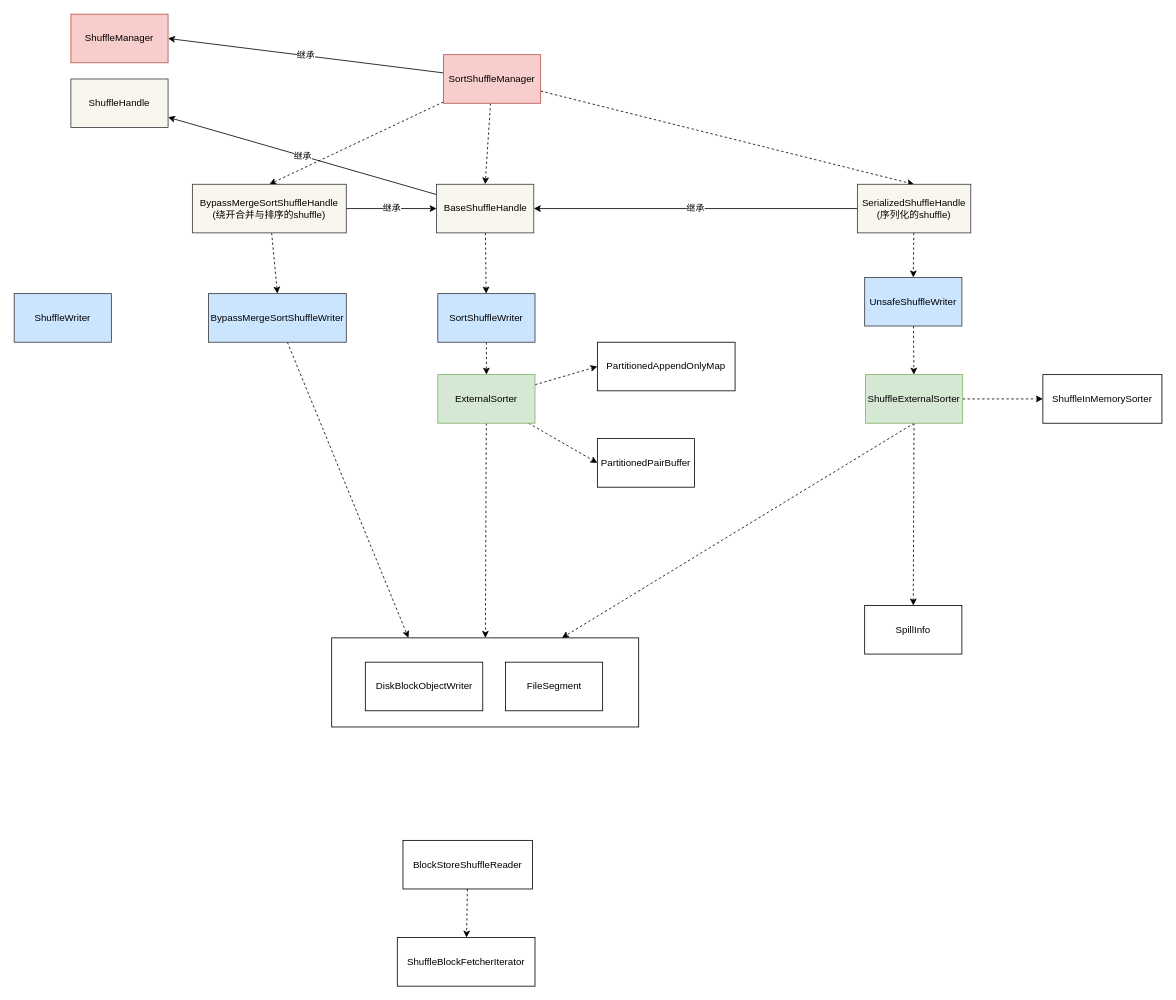
marsno1/notes keeps this draw.io diagram as page "shuffle" (2 of 13) of Spark.drawio. Above is the earlier version. Source tidied: cells renumbered, new cells numbered last; positions are measured from the earlier drawing's top-left corner, leaving out a move shared by most shapes. Both pictures are drawn from the tidied source at 81%, with x=0, y=0 at pixel (14, 14).
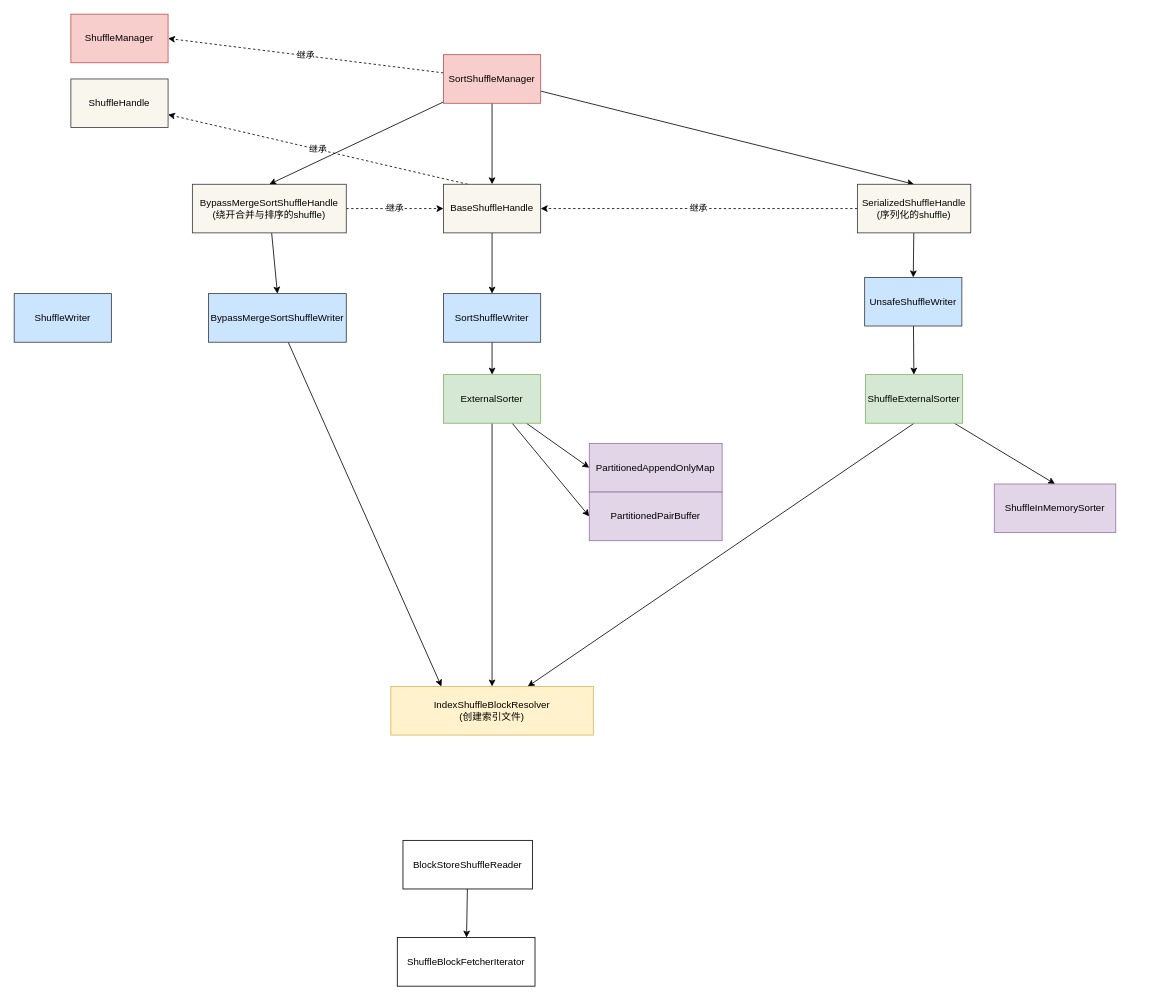
After the change.

The change refers to these unchanged cells:
```xml
<mxCell id="7" value="SortShuffleManager" style="rounded=0;whiteSpace=wrap;html=1;fillColor=#f8cecc;strokeColor=#b85450;" parent="1" vertex="1">
  <mxGeometry x="530" y="50" width="120" height="60" as="geometry" />
</mxCell>
<mxCell id="10" value="BypassMergeSortShuffleHandle&lt;br&gt;(绕开合并与排序的shuffle)" style="rounded=0;whiteSpace=wrap;html=1;fillColor=#f9f7ed;strokeColor=#36393d;" parent="1" vertex="1">
  <mxGeometry x="220" y="210" width="190" height="60" as="geometry" />
</mxCell>
<mxCell id="13" value="SerializedShuffleHandle&lt;br&gt;(序列化的shuffle)" style="rounded=0;whiteSpace=wrap;html=1;fillColor=#f9f7ed;strokeColor=#36393d;" parent="1" vertex="1">
  <mxGeometry x="1041" y="210" width="140" height="60" as="geometry" />
</mxCell>
<mxCell id="18" value="UnsafeShuffleWriter" style="rounded=0;whiteSpace=wrap;html=1;fillColor=#cce5ff;strokeColor=#36393d;" parent="1" vertex="1">
  <mxGeometry x="1050" y="325" width="120" height="60" as="geometry" />
</mxCell>
<mxCell id="20" value="BypassMergeSortShuffleWriter" style="rounded=0;whiteSpace=wrap;html=1;fillColor=#cce5ff;strokeColor=#36393d;" parent="1" vertex="1">
  <mxGeometry x="240" y="345" width="170" height="60" as="geometry" />
</mxCell>
<mxCell id="34" value="ShuffleExternalSorter" style="rounded=0;whiteSpace=wrap;html=1;fillColor=#d5e8d4;strokeColor=#82b366;" parent="1" vertex="1">
  <mxGeometry x="1051" y="445" width="120" height="60" as="geometry" />
</mxCell>
<mxCell id="38" value="BlockStoreShuffleReader" style="rounded=0;whiteSpace=wrap;html=1;" parent="1" vertex="1">
  <mxGeometry x="480" y="1020" width="160" height="60" as="geometry" />
</mxCell>
<mxCell id="39" value="ShuffleBlockFetcherIterator" style="rounded=0;whiteSpace=wrap;html=1;" parent="1" vertex="1">
  <mxGeometry x="473" y="1140" width="170" height="60" as="geometry" />
</mxCell>
<mxCell id="40" value="ShuffleManager" style="rounded=0;whiteSpace=wrap;html=1;strokeColor=#b85450;fontFamily=Helvetica;align=center;fillColor=#f8cecc;" parent="1" vertex="1">
  <mxGeometry x="70" width="120" height="60" as="geometry" />
</mxCell>
<mxCell id="42" value="ShuffleHandle" style="rounded=0;whiteSpace=wrap;html=1;strokeColor=#36393d;fontFamily=Helvetica;align=center;fillColor=#f9f7ed;" parent="1" vertex="1">
  <mxGeometry x="70" y="80" width="120" height="60" as="geometry" />
</mxCell>
```

Change to the diagram source:
```diff
@@
-    <mxCell id="2" style="rounded=0;whiteSpace=wrap;html=1;" parent="1" vertex="1">
-      <mxGeometry x="392" y="770" width="379" height="110" as="geometry" />
-    </mxCell>
-    <mxCell id="3" style="edgeStyle=none;rounded=0;jettySize=auto;html=1;entryX=0.5;entryY=0;entryDx=0;entryDy=0;dashed=1;" parent="1" edge="1" source="7" target="16">
+    <mxCell id="3" style="edgeStyle=none;rounded=0;jettySize=auto;html=1;entryX=0.5;entryY=0;entryDx=0;entryDy=0;" parent="1" edge="1" source="7" target="16">
       <mxGeometry relative="1" as="geometry" />
     </mxCell>
-    <mxCell id="4" style="edgeStyle=none;rounded=0;jettySize=auto;html=1;entryX=0.5;entryY=0;entryDx=0;entryDy=0;dashed=1;" parent="1" edge="1" source="7" target="13">
+    <mxCell id="4" style="edgeStyle=none;rounded=0;jettySize=auto;html=1;entryX=0.5;entryY=0;entryDx=0;entryDy=0;" parent="1" edge="1" source="7" target="13">
       <mxGeometry relative="1" as="geometry" />
     </mxCell>
-    <mxCell id="5" style="edgeStyle=none;rounded=0;jettySize=auto;html=1;entryX=0.5;entryY=0;entryDx=0;entryDy=0;dashed=1;" parent="1" edge="1" source="7" target="10">
+    <mxCell id="5" style="edgeStyle=none;rounded=0;jettySize=auto;html=1;entryX=0.5;entryY=0;entryDx=0;entryDy=0;" parent="1" edge="1" source="7" target="10">
       <mxGeometry relative="1" as="geometry" />
     </mxCell>
-    <mxCell id="6" value="继承" style="edgeStyle=none;rounded=0;jettySize=auto;html=1;entryX=1;entryY=0.5;entryDx=0;entryDy=0;startArrow=none;startFill=0;endArrow=classic;endFill=1;strokeColor=#000000;fontFamily=Helvetica;" parent="1" edge="1" source="7" target="40">
+    <mxCell id="6" value="继承" style="edgeStyle=none;rounded=0;jettySize=auto;html=1;entryX=1;entryY=0.5;entryDx=0;entryDy=0;startArrow=none;startFill=0;endArrow=classic;endFill=1;strokeColor=#000000;fontFamily=Helvetica;dashed=1;" parent="1" edge="1" source="7" target="40">
       <mxGeometry relative="1" as="geometry" />
     </mxCell>
@@
-    <mxCell id="8" style="edgeStyle=none;rounded=0;jettySize=auto;html=1;entryX=0.5;entryY=0;entryDx=0;entryDy=0;dashed=1;" parent="1" edge="1" source="10" target="20">
+    <mxCell id="8" style="edgeStyle=none;rounded=0;jettySize=auto;html=1;entryX=0.5;entryY=0;entryDx=0;entryDy=0;" parent="1" edge="1" source="10" target="20">
       <mxGeometry relative="1" as="geometry" />
     </mxCell>
-    <mxCell id="9" value="继承" style="edgeStyle=none;rounded=0;jettySize=auto;html=1;entryX=0;entryY=0.5;entryDx=0;entryDy=0;startArrow=none;startFill=0;endArrow=classic;endFill=1;strokeColor=#000000;fontFamily=Helvetica;" parent="1" edge="1" source="10" target="16">
+    <mxCell id="9" value="继承" style="edgeStyle=none;rounded=0;jettySize=auto;html=1;entryX=0;entryY=0.5;entryDx=0;entryDy=0;startArrow=none;startFill=0;endArrow=classic;endFill=1;strokeColor=#000000;fontFamily=Helvetica;dashed=1;" parent="1" edge="1" source="10" target="16">
       <mxGeometry relative="1" as="geometry" />
     </mxCell>
@@
-    <mxCell id="11" style="edgeStyle=none;rounded=0;jettySize=auto;html=1;entryX=0.5;entryY=0;entryDx=0;entryDy=0;dashed=1;" parent="1" edge="1" source="13" target="18">
+    <mxCell id="11" style="edgeStyle=none;rounded=0;jettySize=auto;html=1;entryX=0.5;entryY=0;entryDx=0;entryDy=0;" parent="1" edge="1" source="13" target="18">
       <mxGeometry relative="1" as="geometry" />
     </mxCell>
-    <mxCell id="12" value="继承" style="edgeStyle=none;rounded=0;jettySize=auto;html=1;entryX=1;entryY=0.5;entryDx=0;entryDy=0;startArrow=none;startFill=0;endArrow=classic;endFill=1;strokeColor=#000000;fontFamily=Helvetica;" parent="1" edge="1" source="13" target="16">
+    <mxCell id="12" value="继承" style="edgeStyle=none;rounded=0;jettySize=auto;html=1;entryX=1;entryY=0.5;entryDx=0;entryDy=0;startArrow=none;startFill=0;endArrow=classic;endFill=1;strokeColor=#000000;fontFamily=Helvetica;dashed=1;" parent="1" edge="1" source="13" target="16">
       <mxGeometry relative="1" as="geometry" />
     </mxCell>
@@
-    <mxCell id="14" style="edgeStyle=none;rounded=0;jettySize=auto;html=1;dashed=1;" parent="1" edge="1" source="16" target="22">
+    <mxCell id="14" style="edgeStyle=none;rounded=0;jettySize=auto;html=1;" parent="1" edge="1" source="16" target="22">
       <mxGeometry relative="1" as="geometry" />
     </mxCell>
-    <mxCell id="15" value="继承" style="edgeStyle=none;rounded=0;jettySize=auto;html=1;startArrow=none;startFill=0;endArrow=classic;endFill=1;strokeColor=#000000;fontFamily=Helvetica;" parent="1" edge="1" source="16" target="42">
+    <mxCell id="15" value="继承" style="edgeStyle=none;rounded=0;jettySize=auto;html=1;startArrow=none;startFill=0;endArrow=classic;endFill=1;strokeColor=#000000;fontFamily=Helvetica;dashed=1;exitX=0.25;exitY=0;exitDx=0;exitDy=0;" parent="1" edge="1" source="16" target="42">
       <mxGeometry relative="1" as="geometry" />
     </mxCell>
     <mxCell id="16" value="BaseShuffleHandle" style="rounded=0;whiteSpace=wrap;html=1;fillColor=#f9f7ed;strokeColor=#36393d;" parent="1" vertex="1">
-      <mxGeometry x="521.5" y="210" width="120" height="60" as="geometry" />
+      <mxGeometry x="530" y="210" width="120" height="60" as="geometry" />
     </mxCell>
-    <mxCell id="17" style="edgeStyle=none;rounded=0;jettySize=auto;html=1;dashed=1;" parent="1" edge="1" source="18" target="34">
+    <mxCell id="17" style="edgeStyle=none;rounded=0;jettySize=auto;html=1;" parent="1" edge="1" source="18" target="34">
       <mxGeometry relative="1" as="geometry" />
     </mxCell>
@@
-    <mxCell id="19" style="edgeStyle=none;rounded=0;jettySize=auto;html=1;dashed=1;entryX=0.25;entryY=0;entryDx=0;entryDy=0;" parent="1" edge="1" source="20" target="2">
+    <mxCell id="19" style="edgeStyle=none;rounded=0;jettySize=auto;html=1;entryX=0.25;entryY=0;entryDx=0;entryDy=0;" parent="1" edge="1" source="20" target="44">
       <mxGeometry relative="1" as="geometry" />
     </mxCell>
@@
-    <mxCell id="21" style="edgeStyle=none;rounded=0;jettySize=auto;html=1;dashed=1;" parent="1" edge="1" source="22" target="26">
+    <mxCell id="21" style="edgeStyle=none;rounded=0;jettySize=auto;html=1;" parent="1" edge="1" source="22" target="26">
       <mxGeometry relative="1" as="geometry" />
     </mxCell>
     <mxCell id="22" value="SortShuffleWriter" style="rounded=0;whiteSpace=wrap;html=1;fillColor=#cce5ff;strokeColor=#36393d;" parent="1" vertex="1">
-      <mxGeometry x="523" y="345" width="120" height="60" as="geometry" />
+      <mxGeometry x="530" y="345" width="120" height="60" as="geometry" />
     </mxCell>
-    <mxCell id="23" style="rounded=0;jettySize=auto;html=1;entryX=0;entryY=0.5;entryDx=0;entryDy=0;dashed=1;" parent="1" edge="1" source="26" target="27">
-      <mxGeometry relative="1" as="geometry" />
-    </mxCell>
+    <mxCell id="25" style="edgeStyle=none;rounded=0;jettySize=auto;html=1;entryX=0;entryY=0.5;entryDx=0;entryDy=0;" parent="1" edge="1" source="26" target="27">
+      <mxGeometry relative="1" as="geometry" />
+    </mxCell>
-    <mxCell id="24" style="edgeStyle=none;rounded=0;jettySize=auto;html=1;entryX=0;entryY=0.5;entryDx=0;entryDy=0;dashed=1;" parent="1" edge="1" source="26" target="28">
+    <mxCell id="24" style="rounded=0;jettySize=auto;html=1;entryX=0;entryY=0.5;entryDx=0;entryDy=0;" parent="1" edge="1" source="26" target="28">
       <mxGeometry relative="1" as="geometry" />
     </mxCell>
-    <mxCell id="25" style="edgeStyle=none;rounded=0;jettySize=auto;html=1;dashed=1;" parent="1" edge="1" source="26" target="2">
-      <mxGeometry relative="1" as="geometry" />
-    </mxCell>
+    <mxCell id="43" style="edgeStyle=none;rounded=0;jettySize=auto;html=1;entryX=0.5;entryY=0;entryDx=0;entryDy=0;" parent="1" edge="1" source="26" target="44">
+      <mxGeometry relative="1" as="geometry" />
+    </mxCell>
     <mxCell id="26" value="ExternalSorter" style="rounded=0;whiteSpace=wrap;html=1;fillColor=#d5e8d4;strokeColor=#82b366;" parent="1" vertex="1">
-      <mxGeometry x="523" y="445" width="120" height="60" as="geometry" />
+      <mxGeometry x="530" y="445" width="120" height="60" as="geometry" />
     </mxCell>
-    <mxCell id="27" value="PartitionedAppendOnlyMap" style="rounded=0;whiteSpace=wrap;html=1;" parent="1" vertex="1">
-      <mxGeometry x="720" y="405" width="170" height="60" as="geometry" />
-    </mxCell>
-    <mxCell id="28" value="PartitionedPairBuffer" style="rounded=0;whiteSpace=wrap;html=1;" parent="1" vertex="1">
-      <mxGeometry x="720" y="524" width="120" height="60" as="geometry" />
-    </mxCell>
-    <mxCell id="29" value="DiskBlockObjectWriter" style="rounded=0;whiteSpace=wrap;html=1;" parent="1" vertex="1">
-      <mxGeometry x="433.5" y="800" width="145" height="60" as="geometry" />
-    </mxCell>
-    <mxCell id="30" value="FileSegment" style="rounded=0;whiteSpace=wrap;html=1;" parent="1" vertex="1">
-      <mxGeometry x="606.5" y="800" width="120" height="60" as="geometry" />
-    </mxCell>
-    <mxCell id="31" style="edgeStyle=none;rounded=0;jettySize=auto;html=1;entryX=0;entryY=0.5;entryDx=0;entryDy=0;dashed=1;" parent="1" edge="1" source="34" target="35">
-      <mxGeometry relative="1" as="geometry" />
-    </mxCell>
-    <mxCell id="32" style="edgeStyle=none;rounded=0;jettySize=auto;html=1;dashed=1;entryX=0.75;entryY=0;entryDx=0;entryDy=0;exitX=0.5;exitY=1;exitDx=0;exitDy=0;" parent="1" edge="1" source="34" target="2">
+    <mxCell id="32" style="edgeStyle=none;rounded=0;jettySize=auto;html=1;exitX=0.5;exitY=1;exitDx=0;exitDy=0;" parent="1" edge="1" source="34" target="44">
       <mxGeometry relative="1" as="geometry" />
     </mxCell>
-    <mxCell id="33" style="edgeStyle=none;rounded=0;jettySize=auto;html=1;entryX=0.5;entryY=0;entryDx=0;entryDy=0;dashed=1;" parent="1" edge="1" source="34" target="36">
+    <mxCell id="33" style="edgeStyle=none;rounded=0;jettySize=auto;html=1;entryX=0.5;entryY=0;entryDx=0;entryDy=0;" parent="1" edge="1" source="34" target="35">
       <mxGeometry relative="1" as="geometry" />
     </mxCell>
@@
-    <mxCell id="35" value="ShuffleInMemorySorter" style="rounded=0;whiteSpace=wrap;html=1;" parent="1" vertex="1">
-      <mxGeometry x="1270" y="445" width="147" height="60" as="geometry" />
-    </mxCell>
-    <mxCell id="36" value="SpillInfo" style="rounded=0;whiteSpace=wrap;html=1;" parent="1" vertex="1">
-      <mxGeometry x="1050" y="730" width="120" height="60" as="geometry" />
-    </mxCell>
-    <mxCell id="37" style="rounded=0;html=1;jettySize=auto;dashed=1;" parent="1" edge="1" source="38" target="39">
+    <mxCell id="37" style="rounded=0;html=1;jettySize=auto;" parent="1" edge="1" source="38" target="39">
       <mxGeometry relative="1" as="geometry" />
     </mxCell>
@@
+    <mxCell id="44" value="IndexShuffleBlockResolver&lt;br&gt;(创建索引文件)" style="rounded=0;whiteSpace=wrap;html=1;strokeColor=#d6b656;fontFamily=Helvetica;align=center;fillColor=#fff2cc;" parent="1" vertex="1">
+      <mxGeometry x="465" y="830" width="250" height="60" as="geometry" />
+    </mxCell>
+    <mxCell id="35" value="ShuffleInMemorySorter" style="rounded=0;whiteSpace=wrap;html=1;fillColor=#e1d5e7;strokeColor=#9673a6;" parent="1" vertex="1">
+      <mxGeometry x="1210" y="580" width="150" height="60" as="geometry" />
+    </mxCell>
+    <mxCell id="27" value="&lt;span style=&quot;text-align: left&quot;&gt;PartitionedAppendOnlyMap&lt;/span&gt;" style="rounded=0;whiteSpace=wrap;html=1;fillColor=#e1d5e7;strokeColor=#9673a6;" parent="1" vertex="1">
+      <mxGeometry x="710" y="530" width="164" height="60" as="geometry" />
+    </mxCell>
+    <mxCell id="28" value="&lt;span style=&quot;text-align: left&quot;&gt;PartitionedPairBuffer&lt;/span&gt;" style="rounded=0;whiteSpace=wrap;html=1;fillColor=#e1d5e7;strokeColor=#9673a6;" parent="1" vertex="1">
+      <mxGeometry x="710" y="590" width="164" height="60" as="geometry" />
+    </mxCell>
```
